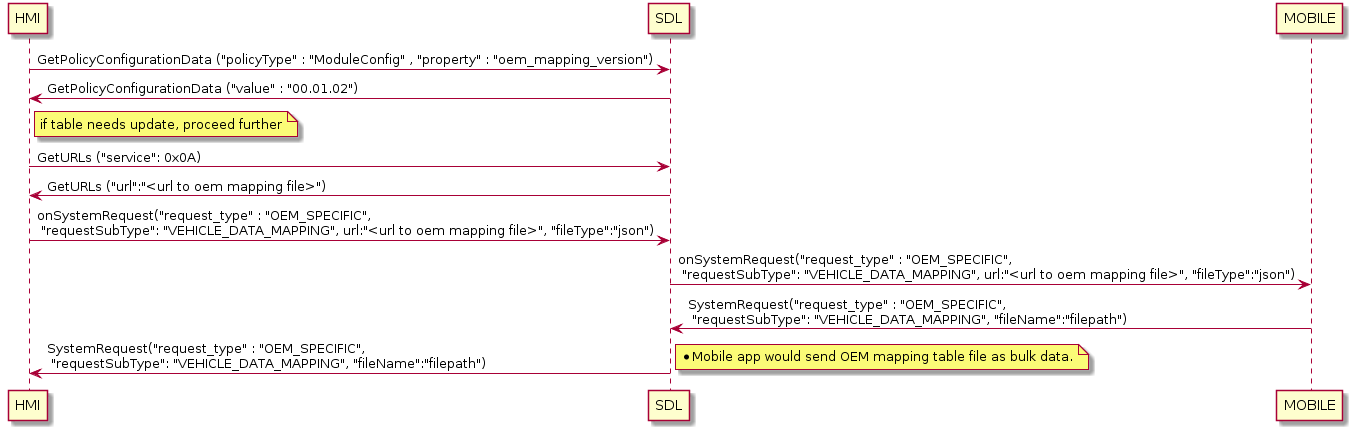
Earlier version of the PlantUML export assets/proposals/0173-Read-Generic-Network-Signal-data/OEM Mapping table update flow.png (smartdevicelink/sdl_evolution). The source it was exported from:
```plantuml
@startuml
HMI -> SDL : GetPolicyConfigurationData ("policyType" : "ModuleConfig" , "property" : "oem_mapping_version")
SDL -> HMI : GetPolicyConfigurationData ("value" : "00.01.02")
note right of HMI : if table needs update, proceed further
HMI -> SDL : GetURLs ("service": 0x0A)
SDL -> HMI : GetURLs ("url":"<url to oem mapping file>")
HMI -> SDL : onSystemRequest("request_type" : "OEM_SPECIFIC",  \n "requestSubType": "VEHICLE_DATA_MAPPING", url:"<url to oem mapping file>", "fileType":"json")
SDL -> MOBILE : onSystemRequest("request_type" : "OEM_SPECIFIC",  \n "requestSubType": "VEHICLE_DATA_MAPPING", url:"<url to oem mapping file>", "fileType":"json")
MOBILE -> SDL : SystemRequest("request_type" : "OEM_SPECIFIC",  \n "requestSubType": "VEHICLE_DATA_MAPPING", "fileName":"filepath")
SDL -> HMI : SystemRequest("request_type" : "OEM_SPECIFIC",  \n "requestSubType": "VEHICLE_DATA_MAPPING", "fileName":"filepath")
note right
    * Mobile app would send OEM mapping table file as bulk data.
end note
@enduml
```
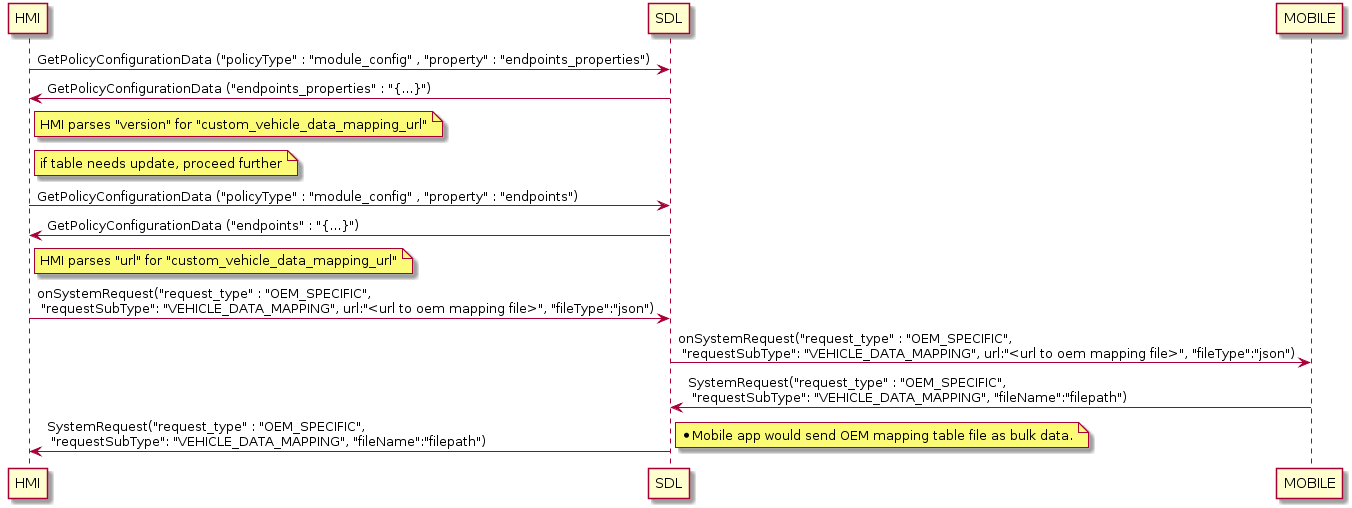
The same file after the commit.

Commit message:
Updated as per point #14

Change to the diagram source:
```diff
@@ -1,9 +1,11 @@
 @startuml
-HMI -> SDL : GetPolicyConfigurationData ("policyType" : "ModuleConfig" , "property" : "oem_mapping_version")
-SDL -> HMI : GetPolicyConfigurationData ("value" : "00.01.02")
+HMI -> SDL : GetPolicyConfigurationData ("policyType" : "module_config" , "property" : "endpoints_properties")
+SDL -> HMI : GetPolicyConfigurationData ("endpoints_properties" : "{...}")
+note right of HMI : HMI parses "version" for "custom_vehicle_data_mapping_url"
 note right of HMI : if table needs update, proceed further
-HMI -> SDL : GetURLs ("service": 0x0A)
-SDL -> HMI : GetURLs ("url":"<url to oem mapping file>")
+HMI -> SDL : GetPolicyConfigurationData ("policyType" : "module_config" , "property" : "endpoints")
+SDL -> HMI : GetPolicyConfigurationData ("endpoints" : "{...}")
+note right of HMI : HMI parses "url" for "custom_vehicle_data_mapping_url"
 HMI -> SDL : onSystemRequest("request_type" : "OEM_SPECIFIC",  \n "requestSubType": "VEHICLE_DATA_MAPPING", url:"<url to oem mapping file>", "fileType":"json")
 SDL -> MOBILE : onSystemRequest("request_type" : "OEM_SPECIFIC",  \n "requestSubType": "VEHICLE_DATA_MAPPING", url:"<url to oem mapping file>", "fileType":"json")
 MOBILE -> SDL : SystemRequest("request_type" : "OEM_SPECIFIC",  \n "requestSubType": "VEHICLE_DATA_MAPPING", "fileName":"filepath")
```
